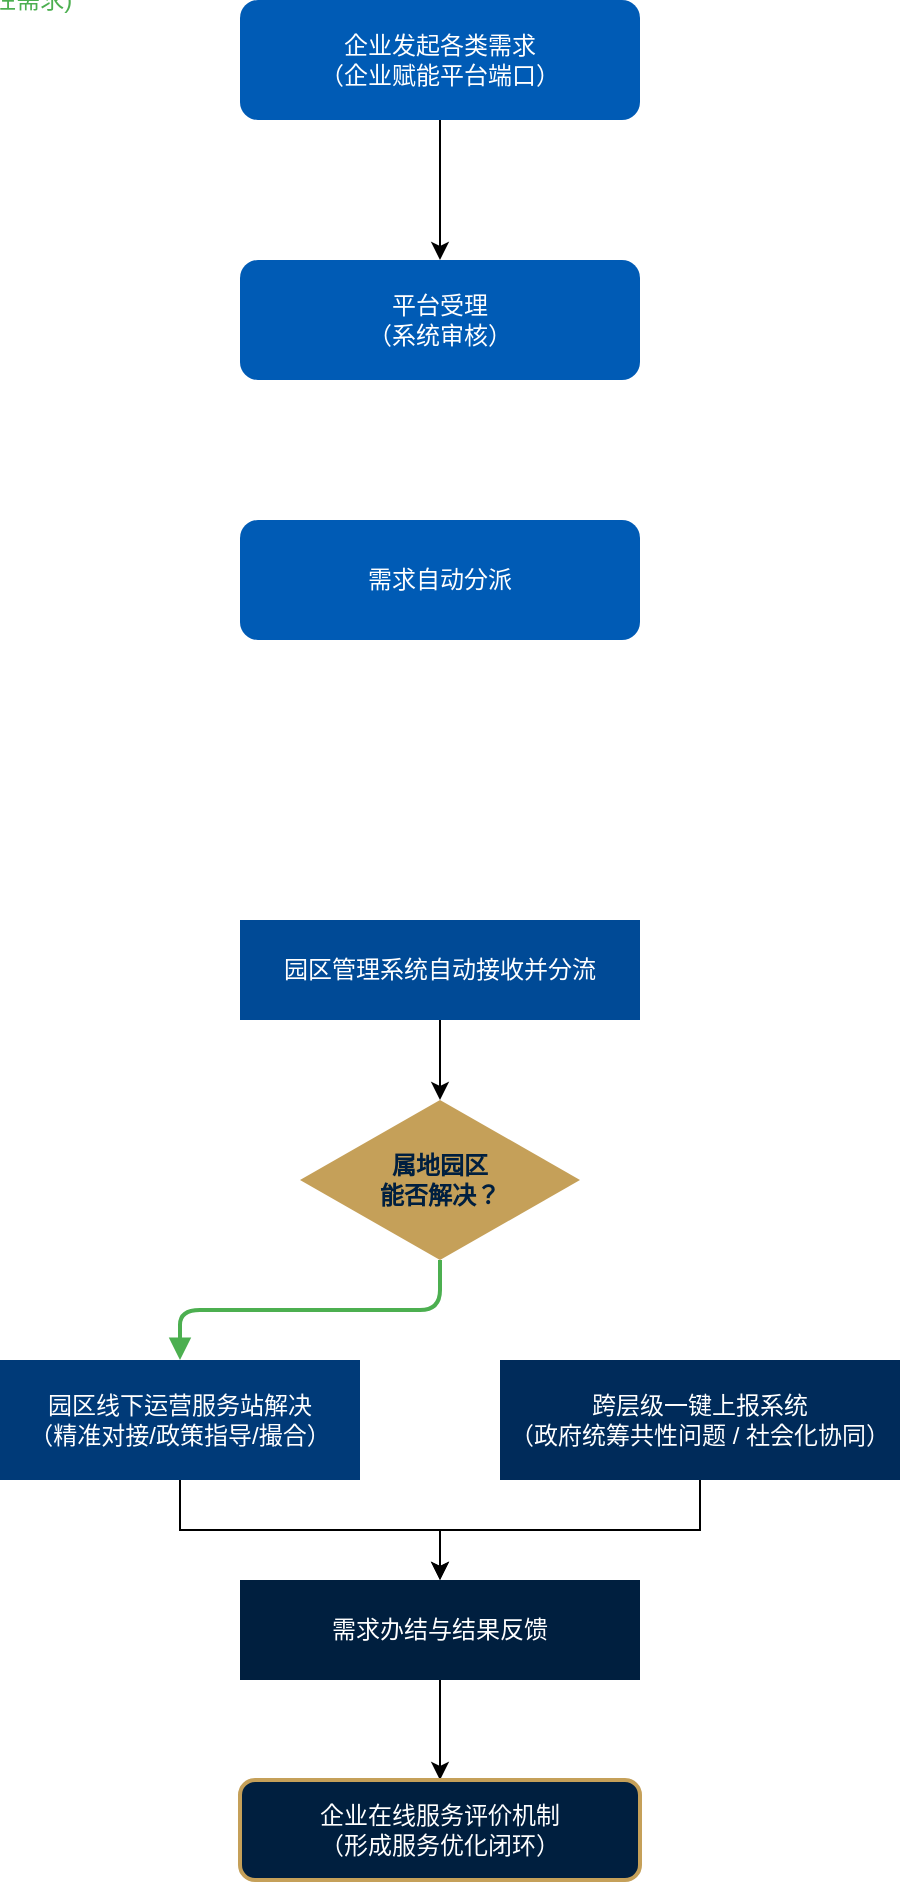
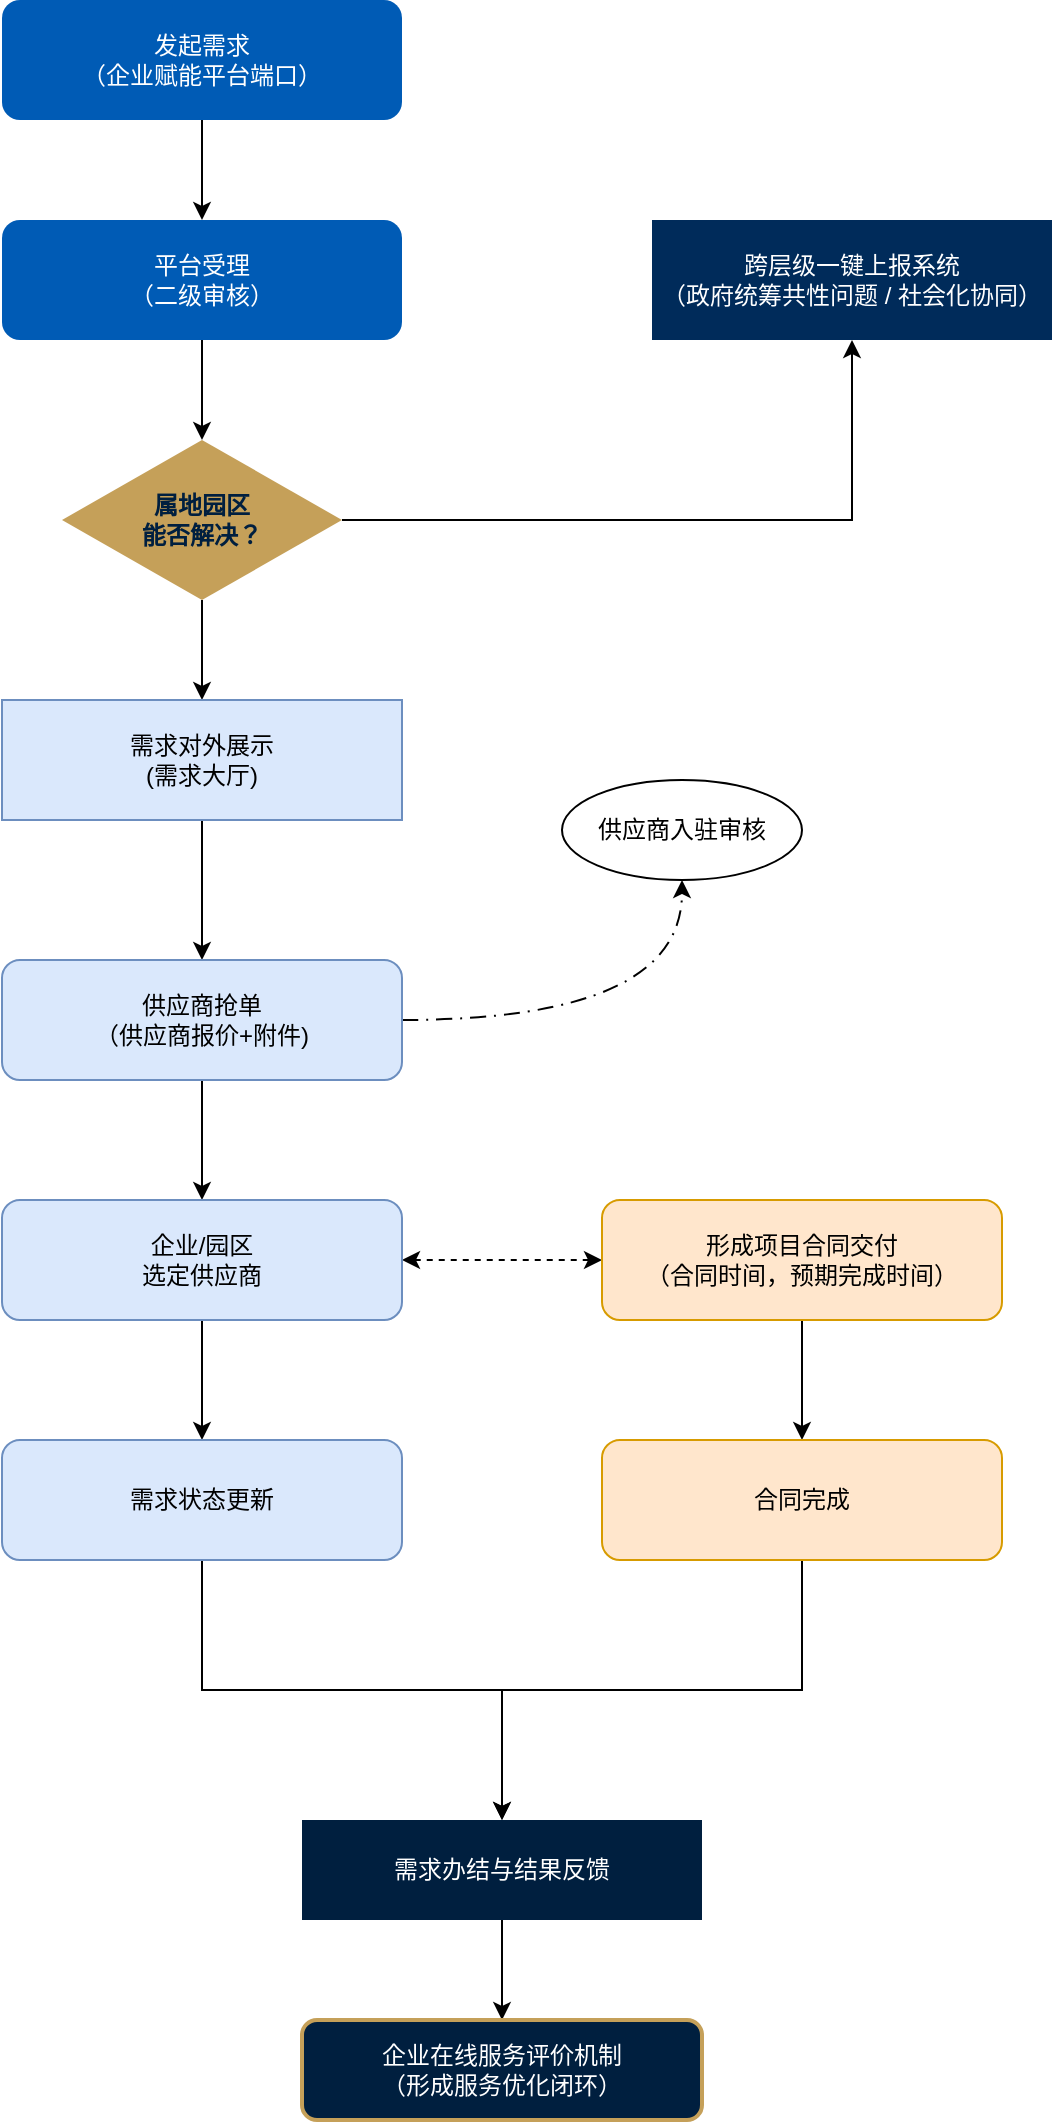
<mxfile host="app.diagrams.net">
  <diagram name="第 1 页" id="vb6ZL-ZX4VsXJQmFNe6M">
-     <mxGraphModel dx="5896" dy="5208" grid="1" gridSize="10" guides="1" tooltips="1" connect="1" arrows="1" fold="1" page="1" pageScale="1" pageWidth="827" pageHeight="1169" math="0" shadow="0">
+     <mxGraphModel dx="8377" dy="4039" grid="1" gridSize="10" guides="1" tooltips="1" connect="1" arrows="1" fold="1" page="1" pageScale="1" pageWidth="827" pageHeight="1169" math="0" shadow="0">
      <root>
        <mxCell id="0" />
        <mxCell id="1" parent="0" />
-         <mxCell id="XfMiHaRPdCSVNwlrvG3B-1" edge="1" parent="1" source="XfMiHaRPdCSVNwlrvG3B-2" style="edgeStyle=orthogonalEdgeStyle;rounded=0;orthogonalLoop=1;jettySize=auto;html=1;entryX=0.5;entryY=0;entryDx=0;entryDy=0;" target="XfMiHaRPdCSVNwlrvG3B-17">
+         <mxCell id="XfMiHaRPdCSVNwlrvG3B-1" edge="1" parent="1" source="XfMiHaRPdCSVNwlrvG3B-2" style="edgeStyle=orthogonalEdgeStyle;rounded=0;orthogonalLoop=1;jettySize=auto;html=1;entryX=0.5;entryY=0;entryDx=0;entryDy=0;" target="XfMiHaRPdCSVNwlrvG3B-17" value=" ">
          <mxGeometry relative="1" as="geometry" />
        </mxCell>
-         <mxCell id="XfMiHaRPdCSVNwlrvG3B-2" parent="1" style="rounded=1;whiteSpace=wrap;html=1;fillColor=#005BB5;strokeColor=none;fontColor=#FFFFFF;" value="企业发起各类需求&lt;br&gt;（企业赋能平台端口）" vertex="1">
-           <mxGeometry height="60" width="200" x="-2580" y="-2510" as="geometry" />
+         <mxCell id="XfMiHaRPdCSVNwlrvG3B-2" parent="1" style="rounded=1;whiteSpace=wrap;html=1;fillColor=#005BB5;strokeColor=none;fontColor=#FFFFFF;" value="发起需求&lt;br&gt;（企业赋能平台端口）" vertex="1">
+           <mxGeometry height="60" width="200" x="-7300" y="-3470" as="geometry" />
        </mxCell>
-         <mxCell id="XfMiHaRPdCSVNwlrvG3B-3" edge="1" parent="1" source="XfMiHaRPdCSVNwlrvG3B-4" style="edgeStyle=orthogonalEdgeStyle;rounded=0;orthogonalLoop=1;jettySize=auto;html=1;" target="XfMiHaRPdCSVNwlrvG3B-5" value="">
+         <mxCell id="XfMiHaRPdCSVNwlrvG3B-47" edge="1" parent="1" source="XfMiHaRPdCSVNwlrvG3B-17" style="edgeStyle=orthogonalEdgeStyle;rounded=0;orthogonalLoop=1;jettySize=auto;html=1;" target="XfMiHaRPdCSVNwlrvG3B-37" value="">
          <mxGeometry relative="1" as="geometry" />
        </mxCell>
-         <mxCell id="XfMiHaRPdCSVNwlrvG3B-4" parent="1" style="rounded=0;whiteSpace=wrap;html=1;fillColor=#004A96;strokeColor=none;fontColor=#FFFFFF;" value="园区管理系统自动接收并分流" vertex="1">
-           <mxGeometry height="50" width="200" x="-2580" y="-2050" as="geometry" />
+         <mxCell id="XfMiHaRPdCSVNwlrvG3B-17" parent="1" style="rounded=1;whiteSpace=wrap;html=1;fillColor=#005BB5;strokeColor=none;fontColor=#FFFFFF;" value="平台受理&lt;br&gt;（二级审核）" vertex="1">
+           <mxGeometry height="60" width="200" x="-7300" y="-3360" as="geometry" />
        </mxCell>
-         <mxCell id="XfMiHaRPdCSVNwlrvG3B-5" parent="1" style="rhombus;whiteSpace=wrap;html=1;fillColor=#C5A059;strokeColor=none;fontColor=#001F3F;fontStyle=1" value="属地园区&lt;br&gt;能否解决？" vertex="1">
-           <mxGeometry height="80" width="140" x="-2550" y="-1960" as="geometry" />
-         </mxCell>
-         <mxCell id="XfMiHaRPdCSVNwlrvG3B-6" edge="1" parent="1" source="XfMiHaRPdCSVNwlrvG3B-7" style="edgeStyle=orthogonalEdgeStyle;rounded=0;orthogonalLoop=1;jettySize=auto;html=1;" target="XfMiHaRPdCSVNwlrvG3B-11">
+         <mxCell id="XfMiHaRPdCSVNwlrvG3B-46" edge="1" parent="1" source="XfMiHaRPdCSVNwlrvG3B-37" style="edgeStyle=orthogonalEdgeStyle;rounded=0;orthogonalLoop=1;jettySize=auto;html=1;" target="XfMiHaRPdCSVNwlrvG3B-39">
          <mxGeometry relative="1" as="geometry" />
        </mxCell>
-         <mxCell id="XfMiHaRPdCSVNwlrvG3B-7" parent="1" style="rounded=0;whiteSpace=wrap;html=1;fillColor=#003A78;strokeColor=none;fontColor=#FFFFFF;" value="园区线下运营服务站解决&lt;br&gt;（精准对接/政策指导/撮合）" vertex="1">
-           <mxGeometry height="60" width="180" x="-2700" y="-1830" as="geometry" />
-         </mxCell>
-         <mxCell id="XfMiHaRPdCSVNwlrvG3B-8" edge="1" parent="1" source="XfMiHaRPdCSVNwlrvG3B-9" style="edgeStyle=orthogonalEdgeStyle;rounded=0;orthogonalLoop=1;jettySize=auto;html=1;" target="XfMiHaRPdCSVNwlrvG3B-11">
+         <mxCell id="XfMiHaRPdCSVNwlrvG3B-49" edge="1" parent="1" source="XfMiHaRPdCSVNwlrvG3B-37" style="edgeStyle=orthogonalEdgeStyle;rounded=0;orthogonalLoop=1;jettySize=auto;html=1;" target="XfMiHaRPdCSVNwlrvG3B-42" value="">
          <mxGeometry relative="1" as="geometry" />
        </mxCell>
-         <mxCell id="XfMiHaRPdCSVNwlrvG3B-9" parent="1" style="rounded=0;whiteSpace=wrap;html=1;fillColor=#002B5A;strokeColor=none;fontColor=#FFFFFF;" value="跨层级一键上报系统&lt;br&gt;（政府统筹共性问题 / 社会化协同）" vertex="1">
-           <mxGeometry height="60" width="200" x="-2450" y="-1830" as="geometry" />
+         <mxCell id="XfMiHaRPdCSVNwlrvG3B-37" parent="1" style="rhombus;whiteSpace=wrap;html=1;fillColor=#C5A059;strokeColor=none;fontColor=#001F3F;fontStyle=1" value="属地园区&lt;br&gt;能否解决？" vertex="1">
+           <mxGeometry height="80" width="140" x="-7270" y="-3250" as="geometry" />
        </mxCell>
-         <mxCell id="XfMiHaRPdCSVNwlrvG3B-10" edge="1" parent="1" source="XfMiHaRPdCSVNwlrvG3B-11" style="edgeStyle=orthogonalEdgeStyle;rounded=0;orthogonalLoop=1;jettySize=auto;html=1;entryX=0.5;entryY=0;entryDx=0;entryDy=0;" target="XfMiHaRPdCSVNwlrvG3B-12">
+         <mxCell id="XfMiHaRPdCSVNwlrvG3B-39" parent="1" style="rounded=0;whiteSpace=wrap;html=1;fillColor=#002B5A;strokeColor=none;fontColor=#FFFFFF;" value="跨层级一键上报系统&lt;br&gt;（政府统筹共性问题 / 社会化协同）" vertex="1">
+           <mxGeometry height="60" width="200" x="-6975" y="-3360" as="geometry" />
+         </mxCell>
+         <mxCell id="XfMiHaRPdCSVNwlrvG3B-41" edge="1" parent="1" source="XfMiHaRPdCSVNwlrvG3B-42" style="edgeStyle=orthogonalEdgeStyle;rounded=0;orthogonalLoop=1;jettySize=auto;html=1;" target="XfMiHaRPdCSVNwlrvG3B-44" value="">
          <mxGeometry relative="1" as="geometry" />
        </mxCell>
-         <mxCell id="XfMiHaRPdCSVNwlrvG3B-11" parent="1" style="rounded=0;whiteSpace=wrap;html=1;fillColor=#001F3F;strokeColor=none;fontColor=#FFFFFF;" value="需求办结与结果反馈" vertex="1">
-           <mxGeometry height="50" width="200" x="-2580" y="-1720" as="geometry" />
+         <mxCell id="XfMiHaRPdCSVNwlrvG3B-42" parent="1" style="rounded=0;whiteSpace=wrap;html=1;fillColor=#dae8fc;strokeColor=#6c8ebf;" value="需求对外展示&lt;br&gt;(需求大厅)" vertex="1">
+           <mxGeometry height="60" width="200" x="-7300" y="-3120" as="geometry" />
        </mxCell>
-         <mxCell id="XfMiHaRPdCSVNwlrvG3B-12" parent="1" style="rounded=1;whiteSpace=wrap;html=1;fillColor=#001F3F;strokeColor=#C5A059;strokeWidth=2;fontColor=#FFFFFF;" value="企业在线服务评价机制&lt;br&gt;（形成服务优化闭环）" vertex="1">
-           <mxGeometry height="50" width="200" x="-2580" y="-1620" as="geometry" />
+         <mxCell id="XfMiHaRPdCSVNwlrvG3B-43" edge="1" parent="1" source="XfMiHaRPdCSVNwlrvG3B-44" style="edgeStyle=orthogonalEdgeStyle;rounded=0;orthogonalLoop=1;jettySize=auto;html=1;entryX=0.5;entryY=1;entryDx=0;entryDy=0;curved=1;dashed=1;dashPattern=8 4 1 4;" target="XfMiHaRPdCSVNwlrvG3B-45">
+           <mxGeometry relative="1" as="geometry" />
        </mxCell>
-         <mxCell id="XfMiHaRPdCSVNwlrvG3B-13" edge="1" parent="1" source="XfMiHaRPdCSVNwlrvG3B-5" style="edgeStyle=orthogonalEdgeStyle;strokeColor=#4CAF50;strokeWidth=2;endArrow=block;" target="XfMiHaRPdCSVNwlrvG3B-7">
-           <mxGeometry relative="1" as="geometry">
-             <mxPoint x="-20" y="-10" as="offset" />
-           </mxGeometry>
+         <mxCell id="XfMiHaRPdCSVNwlrvG3B-51" edge="1" parent="1" source="XfMiHaRPdCSVNwlrvG3B-44" style="edgeStyle=orthogonalEdgeStyle;rounded=0;orthogonalLoop=1;jettySize=auto;html=1;" target="XfMiHaRPdCSVNwlrvG3B-50">
+           <mxGeometry relative="1" as="geometry" />
        </mxCell>
-         <mxCell id="XfMiHaRPdCSVNwlrvG3B-14" connectable="0" parent="XfMiHaRPdCSVNwlrvG3B-13" style="edgeLabel;html=1;align=center;verticalAlign=middle;resizable=0;points=[];fontColor=#4CAF50;fontSize=12;" value="能 (个性需求)" vertex="1">
-           <mxPoint x="15" y="-15" as="offset" />
+         <mxCell id="XfMiHaRPdCSVNwlrvG3B-44" parent="1" style="rounded=1;whiteSpace=wrap;html=1;fillColor=#dae8fc;strokeColor=#6c8ebf;" value="供应商抢单&lt;div&gt;（供应商报价+附件)&lt;/div&gt;" vertex="1">
+           <mxGeometry height="60" width="200" x="-7300" y="-2990" as="geometry" />
        </mxCell>
-         <mxCell id="XfMiHaRPdCSVNwlrvG3B-17" parent="1" style="rounded=1;whiteSpace=wrap;html=1;fillColor=#005BB5;strokeColor=none;fontColor=#FFFFFF;" value="平台受理&lt;br&gt;（系统审核）" vertex="1">
-           <mxGeometry height="60" width="200" x="-2580" y="-2380" as="geometry" />
+         <mxCell id="XfMiHaRPdCSVNwlrvG3B-45" parent="1" style="ellipse;whiteSpace=wrap;html=1;" value="供应商入驻审核" vertex="1">
+           <mxGeometry height="50" width="120" x="-7020" y="-3080" as="geometry" />
        </mxCell>
-         <mxCell id="XfMiHaRPdCSVNwlrvG3B-18" parent="1" style="rounded=1;whiteSpace=wrap;html=1;fillColor=#005BB5;strokeColor=none;fontColor=#FFFFFF;" value="需求自动分派" vertex="1">
-           <mxGeometry height="60" width="200" x="-2580" y="-2250" as="geometry" />
+         <mxCell id="XfMiHaRPdCSVNwlrvG3B-57" edge="1" parent="1" source="XfMiHaRPdCSVNwlrvG3B-50" style="edgeStyle=orthogonalEdgeStyle;rounded=0;orthogonalLoop=1;jettySize=auto;html=1;startArrow=classic;startFill=1;dashed=1;" target="XfMiHaRPdCSVNwlrvG3B-52">
+           <mxGeometry relative="1" as="geometry" />
+         </mxCell>
+         <mxCell id="XfMiHaRPdCSVNwlrvG3B-60" edge="1" parent="1" source="XfMiHaRPdCSVNwlrvG3B-50" style="edgeStyle=orthogonalEdgeStyle;rounded=0;orthogonalLoop=1;jettySize=auto;html=1;entryX=0.5;entryY=0;entryDx=0;entryDy=0;" target="XfMiHaRPdCSVNwlrvG3B-59">
+           <mxGeometry relative="1" as="geometry" />
+         </mxCell>
+         <mxCell id="XfMiHaRPdCSVNwlrvG3B-50" parent="1" style="rounded=1;whiteSpace=wrap;html=1;fillColor=#dae8fc;strokeColor=#6c8ebf;" value="企业/园区&lt;div&gt;选定供应商&lt;/div&gt;" vertex="1">
+           <mxGeometry height="60" width="200" x="-7300" y="-2870" as="geometry" />
+         </mxCell>
+         <mxCell id="XfMiHaRPdCSVNwlrvG3B-61" edge="1" parent="1" source="XfMiHaRPdCSVNwlrvG3B-52" style="edgeStyle=orthogonalEdgeStyle;rounded=0;orthogonalLoop=1;jettySize=auto;html=1;" target="XfMiHaRPdCSVNwlrvG3B-55">
+           <mxGeometry relative="1" as="geometry" />
+         </mxCell>
+         <mxCell id="XfMiHaRPdCSVNwlrvG3B-52" parent="1" style="rounded=1;whiteSpace=wrap;html=1;fillColor=#ffe6cc;strokeColor=#d79b00;" value="形成项目合同交付&lt;div&gt;（合同时间，预期完成时间）&lt;/div&gt;" vertex="1">
+           <mxGeometry height="60" width="200" x="-7000" y="-2870" as="geometry" />
+         </mxCell>
+         <mxCell id="XfMiHaRPdCSVNwlrvG3B-66" edge="1" parent="1" source="XfMiHaRPdCSVNwlrvG3B-55" style="edgeStyle=orthogonalEdgeStyle;rounded=0;orthogonalLoop=1;jettySize=auto;html=1;entryX=0.5;entryY=0;entryDx=0;entryDy=0;exitX=0.5;exitY=1;exitDx=0;exitDy=0;" target="XfMiHaRPdCSVNwlrvG3B-63">
+           <mxGeometry relative="1" as="geometry" />
+         </mxCell>
+         <mxCell id="XfMiHaRPdCSVNwlrvG3B-55" parent="1" style="rounded=1;whiteSpace=wrap;html=1;fillColor=#ffe6cc;strokeColor=#d79b00;" value="合同完成" vertex="1">
+           <mxGeometry height="60" width="200" x="-7000" y="-2750" as="geometry" />
+         </mxCell>
+         <mxCell id="XfMiHaRPdCSVNwlrvG3B-65" edge="1" parent="1" source="XfMiHaRPdCSVNwlrvG3B-59" style="edgeStyle=orthogonalEdgeStyle;rounded=0;orthogonalLoop=1;jettySize=auto;html=1;" target="XfMiHaRPdCSVNwlrvG3B-63">
+           <mxGeometry relative="1" as="geometry" />
+         </mxCell>
+         <mxCell id="XfMiHaRPdCSVNwlrvG3B-59" parent="1" style="rounded=1;whiteSpace=wrap;html=1;fillColor=#dae8fc;strokeColor=#6c8ebf;" value="需求状态更新" vertex="1">
+           <mxGeometry height="60" width="200" x="-7300" y="-2750" as="geometry" />
+         </mxCell>
+         <mxCell id="XfMiHaRPdCSVNwlrvG3B-62" edge="1" parent="1" source="XfMiHaRPdCSVNwlrvG3B-63" style="edgeStyle=orthogonalEdgeStyle;rounded=0;orthogonalLoop=1;jettySize=auto;html=1;entryX=0.5;entryY=0;entryDx=0;entryDy=0;" target="XfMiHaRPdCSVNwlrvG3B-64">
+           <mxGeometry relative="1" as="geometry" />
+         </mxCell>
+         <mxCell id="XfMiHaRPdCSVNwlrvG3B-63" parent="1" style="rounded=0;whiteSpace=wrap;html=1;fillColor=#001F3F;strokeColor=none;fontColor=#FFFFFF;" value="需求办结与结果反馈" vertex="1">
+           <mxGeometry height="50" width="200" x="-7150" y="-2560" as="geometry" />
+         </mxCell>
+         <mxCell id="XfMiHaRPdCSVNwlrvG3B-64" parent="1" style="rounded=1;whiteSpace=wrap;html=1;fillColor=#001F3F;strokeColor=#C5A059;strokeWidth=2;fontColor=#FFFFFF;" value="企业在线服务评价机制&lt;br&gt;（形成服务优化闭环）" vertex="1">
+           <mxGeometry height="50" width="200" x="-7150" y="-2460" as="geometry" />
        </mxCell>
      </root>
    </mxGraphModel>
  </diagram>
</mxfile>
